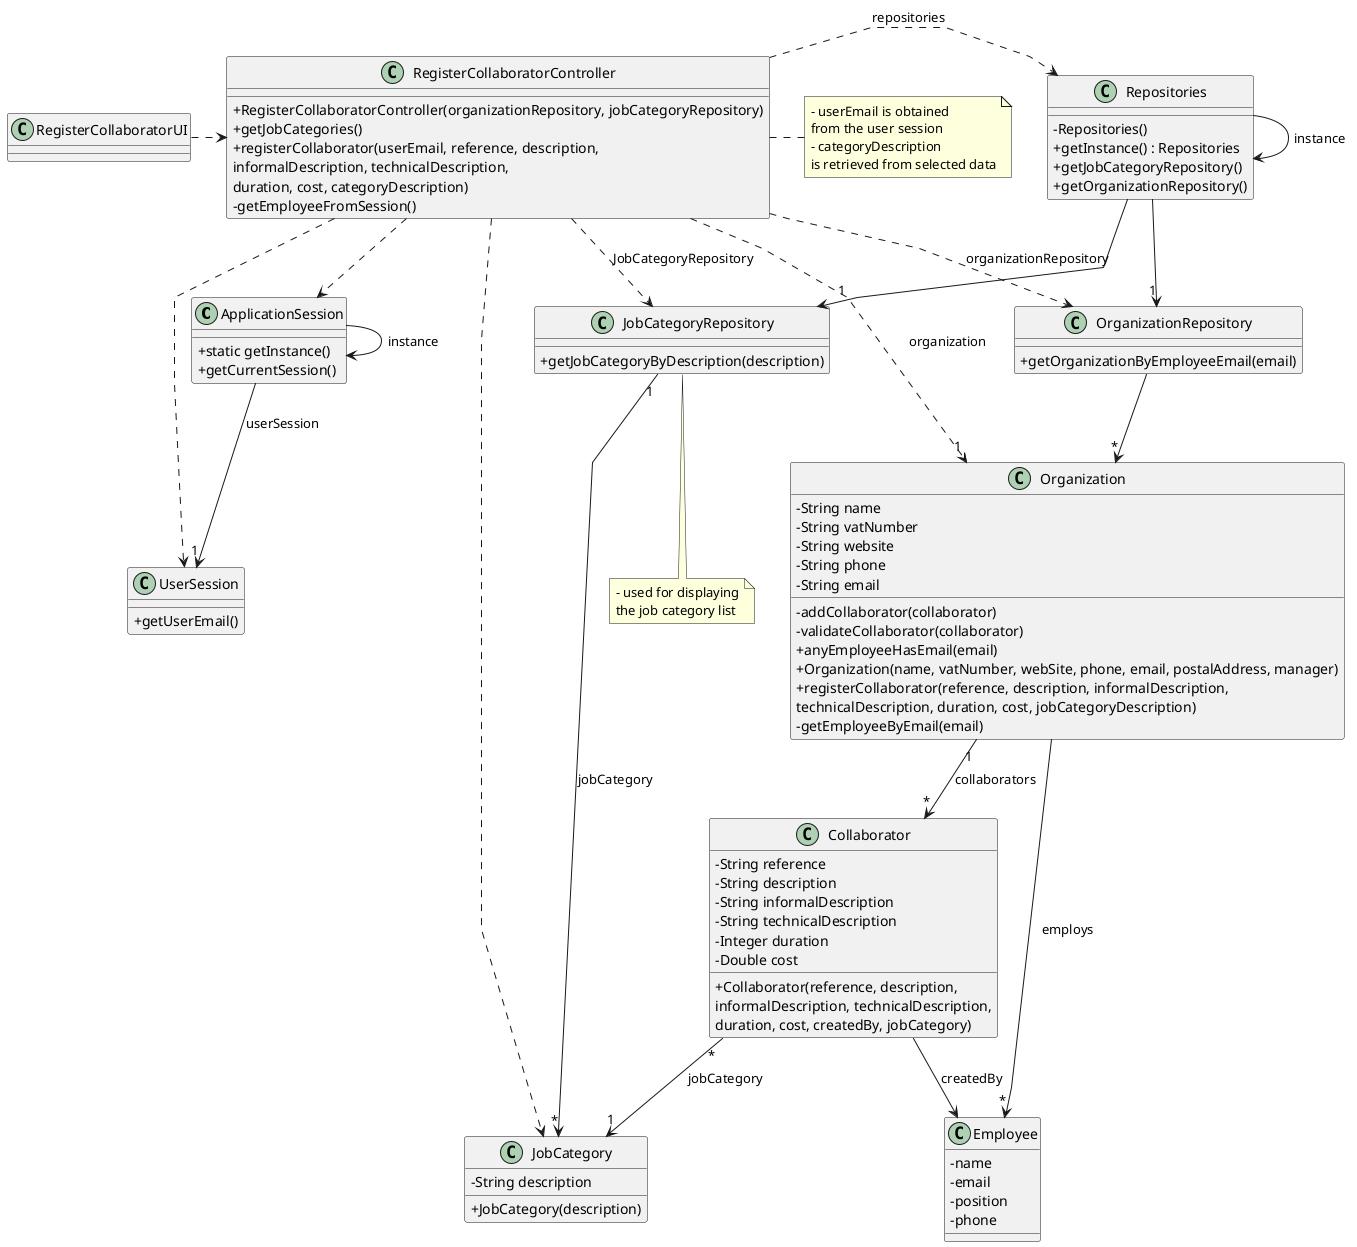
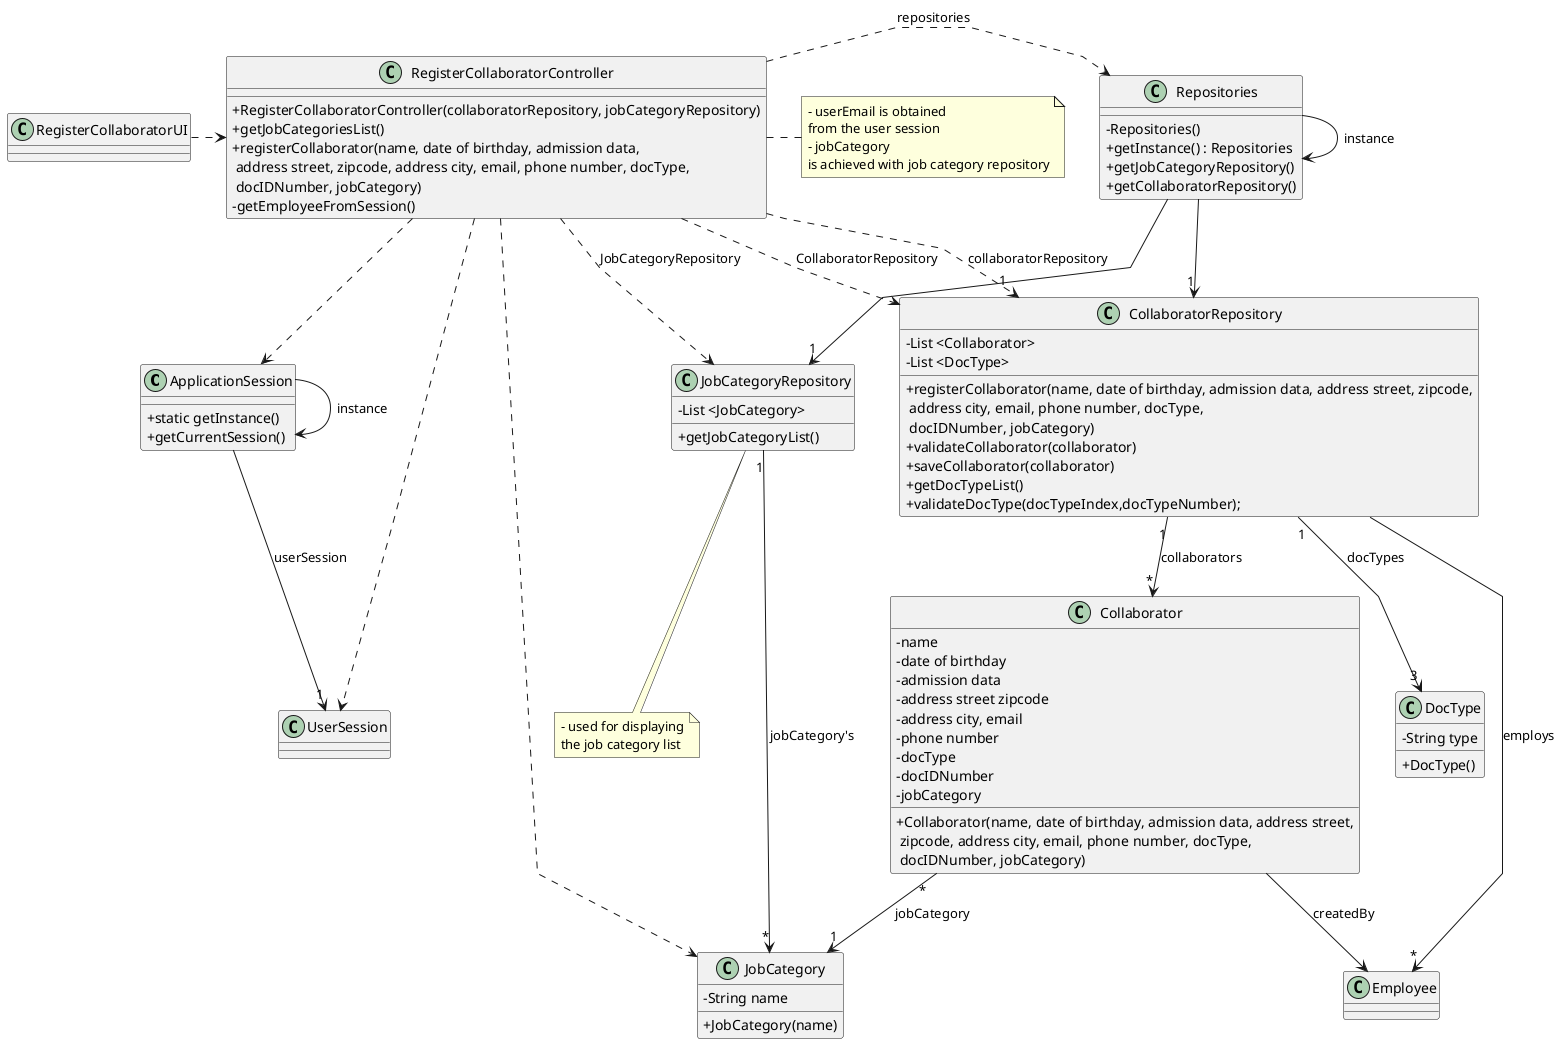
@startuml
'skinparam monochrome true
skinparam packageStyle rectangle
skinparam shadowing false
skinparam linetype polyline
'skinparam linetype orto

skinparam classAttributeIconSize 0

'left to right direction

- class ApplicationSession
- {
+ class ApplicationSession{
    + static getInstance()
    + getCurrentSession()
}

- class UserSession
- {
-     + getUserEmail()
+ class UserSession{
}

class Employee {
-     - name
-     - email
-     - position
-     - phone
}

class Collaborator {
-     - String reference
-     - String description
-     - String informalDescription
-     - String technicalDescription
-     - Integer duration
-     - Double cost
+     - name
+     - date of birthday
+     - admission data
+     - address street zipcode
+     - address city, email
+     - phone number
+     - docType
+     - docIDNumber
+     - jobCategory

-     + Collaborator(reference, description,\ninformalDescription, technicalDescription,\nduration, cost, createdBy, jobCategory)
+     + Collaborator(name, date of birthday, admission data, address street,\n zipcode, address city, email, phone number, docType,\n docIDNumber, jobCategory)
}

class JobCategory {
-     - String description
- 
-     + JobCategory(description)
+     - String name
+     + JobCategory(name)
}

- class Organization {
-     - String name
-     - String vatNumber
-     - String website
-     - String phone
-     - String email
+ class CollaboratorRepository {
+     - List <Collaborator>
+     - List <DocType>
+     + registerCollaborator(name, date of birthday, admission data, address street, zipcode,\n address city, email, phone number, docType,\n docIDNumber, jobCategory)
+     + validateCollaborator(collaborator)
+     + saveCollaborator(collaborator)
+     + getDocTypeList()
+     + validateDocType(docTypeIndex,docTypeNumber);
+ }

-     - addCollaborator(collaborator)
-     - validateCollaborator(collaborator)
-     + anyEmployeeHasEmail(email)
-     + Organization(name, vatNumber, webSite, phone, email, postalAddress, manager)
-     + registerCollaborator(reference, description, informalDescription,\ntechnicalDescription, duration, cost, jobCategoryDescription)
-     - getEmployeeByEmail(email)
- 
- '  +saveCollaborator(collaborator)
+ class DocType{
+     -String type
+     +DocType()
}

class JobCategoryRepository {
-     + getJobCategoryByDescription(description)
+     - List <JobCategory>
+     + getJobCategoryList()
}

- class OrganizationRepository {
-     + getOrganizationByEmployeeEmail(email)
- }

class Repositories {
    - Repositories()
    + getInstance() : Repositories
    + getJobCategoryRepository()
-     + getOrganizationRepository()
+     + getCollaboratorRepository()
}

class RegisterCollaboratorController {
-     + RegisterCollaboratorController(organizationRepository, jobCategoryRepository)
-     + getJobCategories()
-     + registerCollaborator(userEmail, reference, description,\ninformalDescription, technicalDescription,\nduration, cost, categoryDescription)
+     + RegisterCollaboratorController(collaboratorRepository, jobCategoryRepository)
+     + getJobCategoriesList()
+     + registerCollaborator(name, date of birthday, admission data,\n address street, zipcode, address city, email, phone number, docType,\n docIDNumber, jobCategory)
    - getEmployeeFromSession()
}

note right of RegisterCollaboratorController
    - userEmail is obtained
    from the user session
-     - categoryDescription
-     is retrieved from selected data
+     - jobCategory
+     is achieved with job category repository
end note

note bottom of JobCategoryRepository
    - used for displaying
    the job category list
end note

class RegisterCollaboratorUI {
}

Repositories -> Repositories : instance
ApplicationSession -> ApplicationSession : instance

RegisterCollaboratorUI .> RegisterCollaboratorController

RegisterCollaboratorController .> Repositories : repositories

Repositories -> "1" JobCategoryRepository

RegisterCollaboratorController ..> JobCategory
- RegisterCollaboratorController ..> OrganizationRepository : organizationRepository
+ RegisterCollaboratorController ..> CollaboratorRepository : CollaboratorRepository
RegisterCollaboratorController ..> JobCategoryRepository : JobCategoryRepository

- Repositories --> "1" OrganizationRepository
+ Repositories --> "1" CollaboratorRepository

- OrganizationRepository --> "*" Organization
ApplicationSession --> "1" UserSession : userSession

- RegisterCollaboratorController ..> "1" Organization : organization
+ RegisterCollaboratorController ..> "1" CollaboratorRepository : collaboratorRepository
RegisterCollaboratorController ..> ApplicationSession
RegisterCollaboratorController ..> UserSession
Collaborator "*" --> "1" JobCategory : jobCategory
- JobCategoryRepository "1" --> "*" JobCategory : jobCategory
- Organization "1" --> "*" Collaborator : collaborators
+ JobCategoryRepository "1" --> "*" JobCategory : jobCategory's
+ CollaboratorRepository "1" --> "*" Collaborator : collaborators
+ CollaboratorRepository "1" --> "3" DocType : docTypes
Collaborator --> Employee : createdBy

- Organization --> "*" Employee : employs
+ CollaboratorRepository --> "*" Employee : employs

@enduml